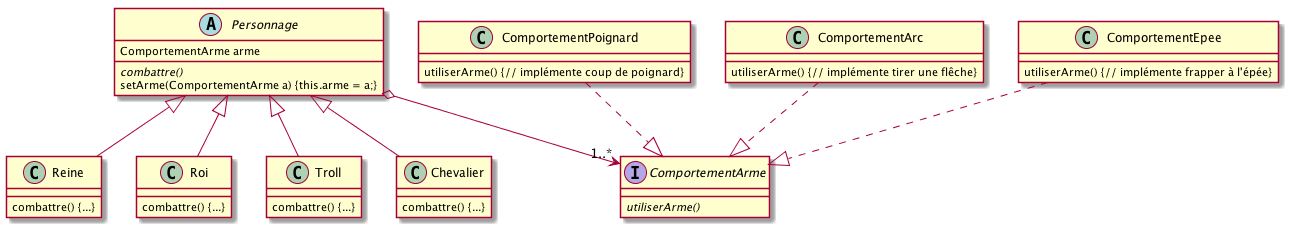
Earlier version of the PlantUML export images/aventure.png (IUT-Blagnac/cpoa). Its diagram source:
```plantuml
@startuml


hide empty members
hide empty methods


abstract class Personnage {
ComportementArme arme
{abstract} combattre()
setArme(ComportementArme a) {this.arme = a;}
}
class Reine {
combattre() {...}
}
class Roi {
combattre() {...}
}
class ComportementPoignard {
utiliserArme() {// implémente coup de poignard}
}
class ComportementArc {
utiliserArme() {// implémente tirer une flêche}
}
class ComportementEpee {
utiliserArme() {// implémente frapper à l'épée}
}
interface ComportementArme{
{abstract} utiliserArme()
}
class Troll {
combattre() {...}
}
class Chevalier {
combattre() {...}
}
Personnage <|-- Roi
Personnage <|-- Reine
Personnage <|-- Chevalier
Personnage <|-- Troll
Personnage o--> "1..*" ComportementArme

ComportementEpee ..|> ComportementArme
ComportementPoignard ..|> ComportementArme
ComportementArc ..|> ComportementArme

@enduml
```
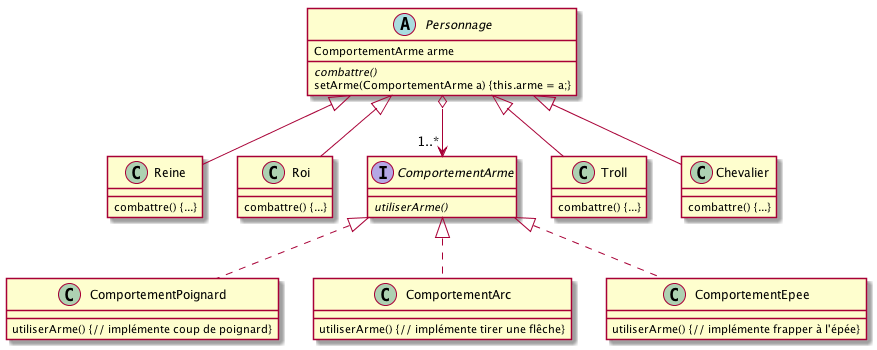
After the change.

The edit, as a diff of the source:
```diff
@@ -40,8 +40,9 @@
 Personnage <|-- Troll
 Personnage o--> "1..*" ComportementArme
 
-ComportementEpee ..|> ComportementArme
-ComportementPoignard ..|> ComportementArme
-ComportementArc ..|> ComportementArme
+ComportementArme <|.. ComportementEpee
+ComportementArme <|.. ComportementPoignard
+ComportementArme <|.. ComportementArc
+
 
 @enduml
```
